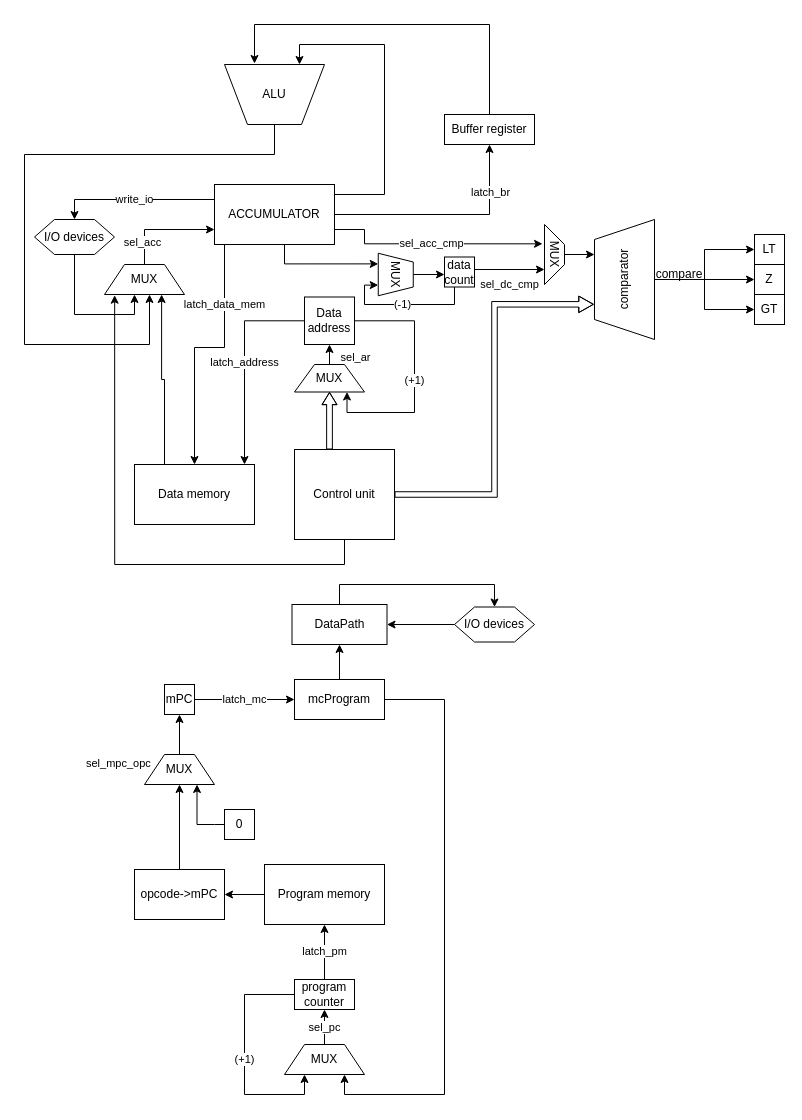
Before: DataPathModel.drawio in lubitelkvokk/csa_lab3, a draw.io diagram. Source tidied: cells renumbered, new cells numbered last; positions are measured from the earlier drawing's top-left corner, leaving out a move shared by most shapes. Both pictures are drawn from the tidied source at 100%, with x=0, y=0 at pixel (24, 24).
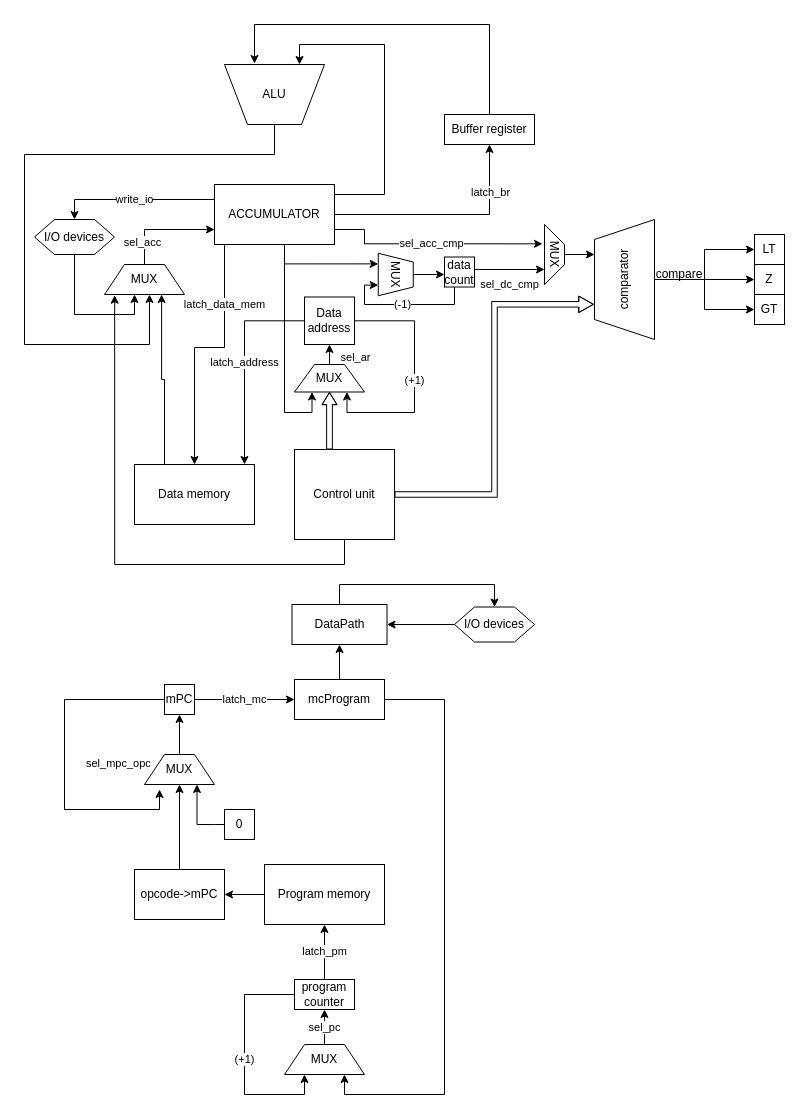
The same page after the edit.

The change refers to these unchanged cells:
```xml
<mxCell id="8" value="ACCUMULATOR" style="rounded=0;whiteSpace=wrap;html=1;" parent="1" vertex="1">
  <mxGeometry x="190" y="160" width="120" height="60" as="geometry" />
</mxCell>
<mxCell id="37" value="MUX" style="shape=trapezoid;perimeter=trapezoidPerimeter;whiteSpace=wrap;html=1;fixedSize=1;" parent="1" vertex="1">
  <mxGeometry x="270" y="340" width="70" height="27.5" as="geometry" />
</mxCell>
<mxCell id="59" value="mPC" style="whiteSpace=wrap;html=1;" parent="1" vertex="1">
  <mxGeometry x="140" y="660" width="30" height="30" as="geometry" />
</mxCell>
<mxCell id="69" value="&lt;span style=&quot;color: rgb(0, 0, 0); font-family: Helvetica; font-size: 11px; font-style: normal; font-variant-ligatures: normal; font-variant-caps: normal; font-weight: 400; letter-spacing: normal; orphans: 2; text-align: center; text-indent: 0px; text-transform: none; widows: 2; word-spacing: 0px; -webkit-text-stroke-width: 0px; white-space: nowrap; background-color: rgb(255, 255, 255); text-decoration-thickness: initial; text-decoration-style: initial; text-decoration-color: initial; display: inline !important; float: none;&quot;&gt;sel_mpc_opc&lt;/span&gt;" style="text;whiteSpace=wrap;html=1;" parent="1" vertex="1">
  <mxGeometry x="60" y="725" width="100" height="40" as="geometry" />
</mxCell>
```

Diff of the diagram source:
```diff
@@
+    <mxCell id="70" style="edgeStyle=orthogonalEdgeStyle;rounded=0;jettySize=auto;html=1;entryX=0.25;entryY=1;entryDx=0;entryDy=0;" parent="1" edge="1" source="8" target="37">
+      <mxGeometry relative="1" as="geometry">
+        <Array as="points">
+          <mxPoint x="260" y="388" />
+          <mxPoint x="288" y="388" />
+        </Array>
+      </mxGeometry>
+    </mxCell>
@@
+    <mxCell id="71" style="edgeStyle=orthogonalEdgeStyle;rounded=0;jettySize=auto;html=1;entryX=0.75;entryY=1;entryDx=0;entryDy=0;" parent="1" edge="1" source="59" target="69">
+      <mxGeometry relative="1" as="geometry">
+        <Array as="points">
+          <mxPoint x="40" y="675" />
+          <mxPoint x="40" y="785" />
+          <mxPoint x="135" y="785" />
+        </Array>
+      </mxGeometry>
+    </mxCell>
```
